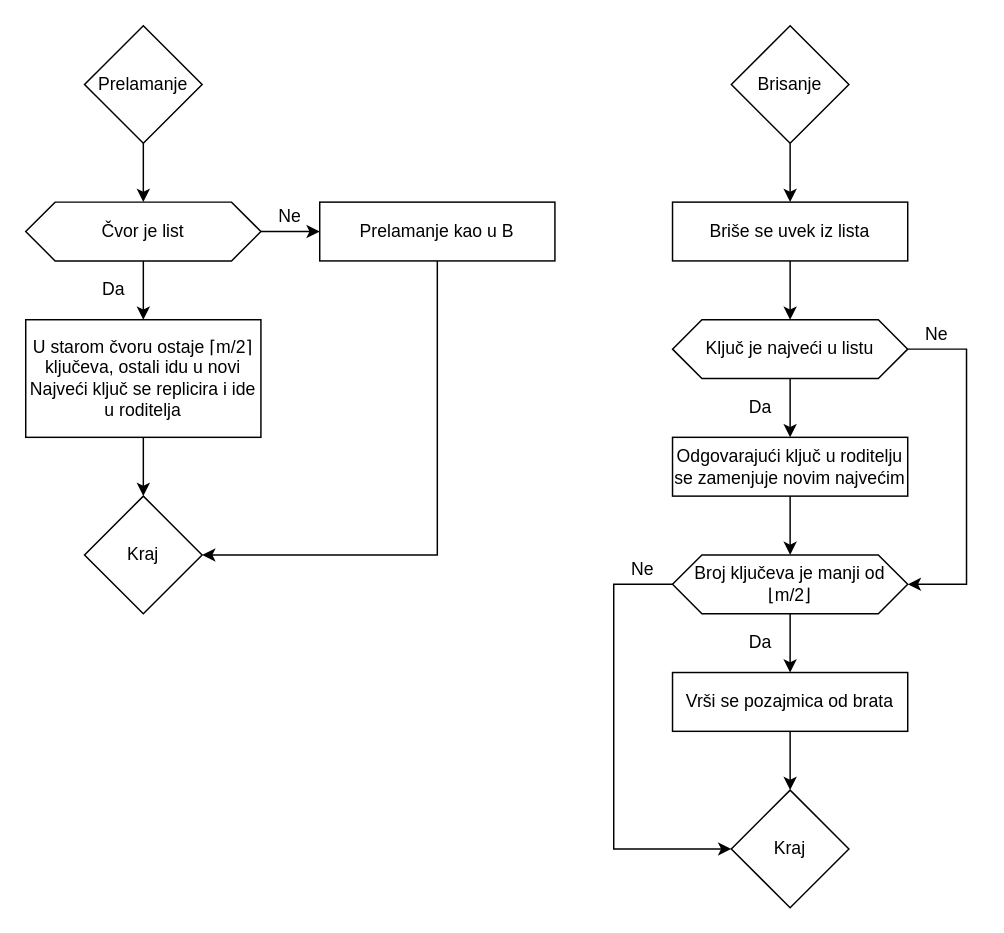
This is page "B+" (3 of 4) of ASP2/Stabla.drawio from KockaAdmiralac/ETF, a draw.io file, before an edit. Source tidied: cells renumbered, new cells numbered last; positions are measured from the earlier drawing's top-left corner, leaving out a move shared by most shapes. Both pictures are drawn from the tidied source at 147%, with x=0, y=0 at pixel (25, 25).
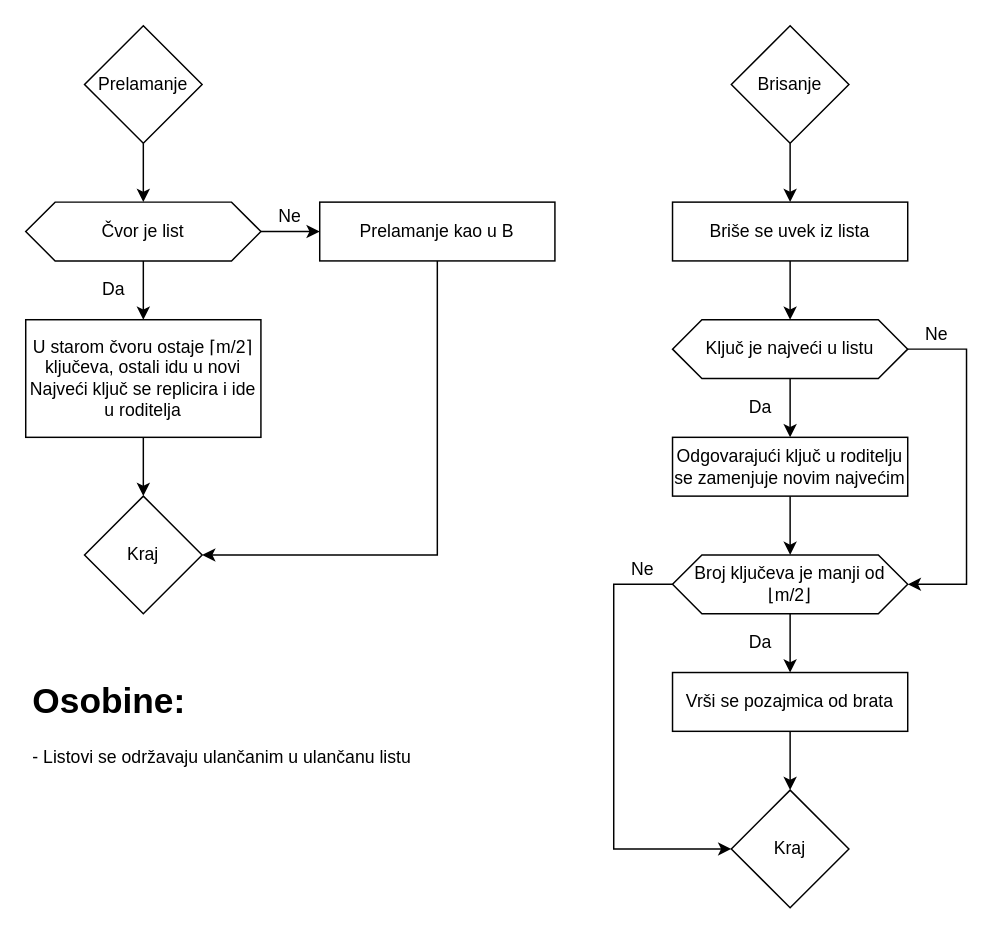
After the change.

What changed in the source:
```diff
@@
+    <mxCell id="33" value="&lt;h1&gt;Osobine:&lt;/h1&gt;&lt;p&gt;- Listovi se održavaju ulančanim u ulančanu listu&lt;/p&gt;" style="text;html=1;strokeColor=none;fillColor=none;spacing=5;spacingTop=-20;whiteSpace=wrap;overflow=hidden;rounded=0;" parent="1" vertex="1">
+      <mxGeometry y="440" width="280" height="120" as="geometry" />
+    </mxCell>
```
